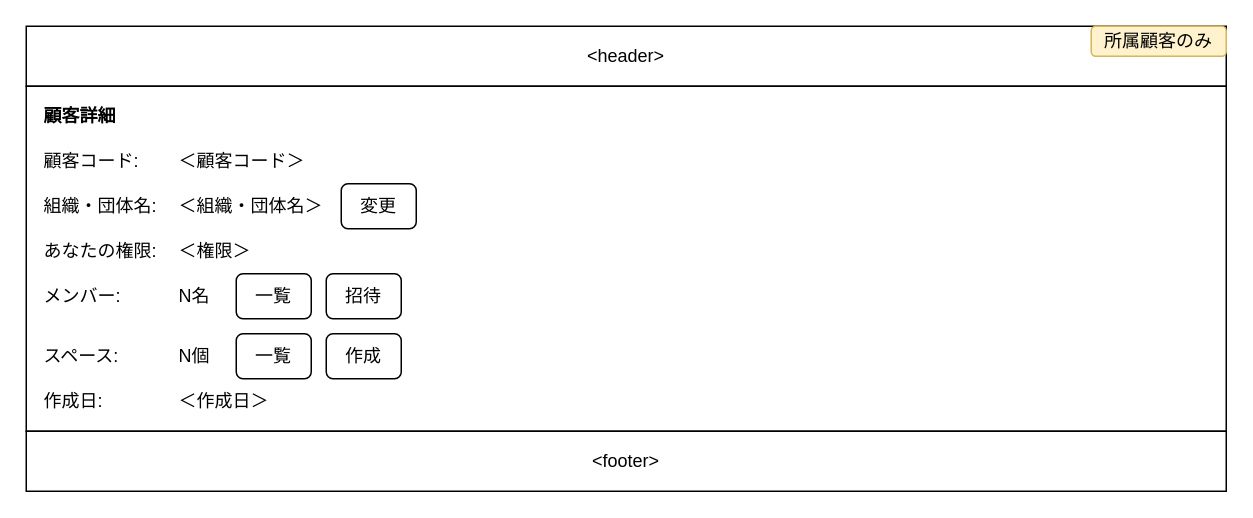
Earlier version of the draw.io diagram 設計/画面設計/顧客詳細.drawio (nightonlypj/rails-app-origin). Source tidied: cells renumbered, new cells numbered last; positions are measured from the earlier drawing's top-left corner, leaving out a move shared by most shapes. Both pictures are drawn from the tidied source at 150%, with x=0, y=0 at pixel (26, 26).
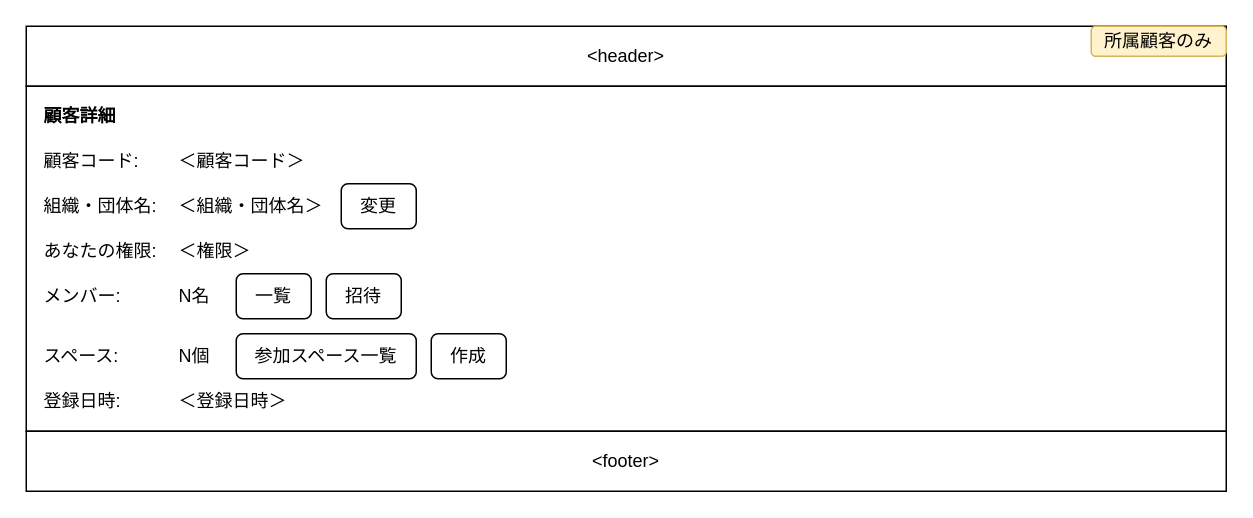
Above is the later version.

Diff of the diagram source:
```diff
@@
-    <mxCell id="14" value="一覧" style="rounded=1;whiteSpace=wrap;html=1;align=center;" parent="1" vertex="1">
-      <mxGeometry x="140" y="165" width="50" height="30" as="geometry" />
+    <mxCell id="14" value="参加スペース一覧" style="rounded=1;whiteSpace=wrap;html=1;align=center;" parent="1" vertex="1">
+      <mxGeometry x="140" y="205" width="120" height="30" as="geometry" />
     </mxCell>
@@
     <mxCell id="18" value="一覧" style="rounded=1;whiteSpace=wrap;html=1;align=center;" parent="1" vertex="1">
-      <mxGeometry x="140" y="205" width="50" height="30" as="geometry" />
+      <mxGeometry x="140" y="165" width="50" height="30" as="geometry" />
     </mxCell>
     <mxCell id="19" value="作成" style="rounded=1;whiteSpace=wrap;html=1;align=center;" parent="1" vertex="1">
-      <mxGeometry x="200" y="205" width="50" height="30" as="geometry" />
+      <mxGeometry x="270" y="205" width="50" height="30" as="geometry" />
     </mxCell>
@@
-    <mxCell id="22" value="作成日:" style="text;html=1;strokeColor=none;fillColor=none;align=left;verticalAlign=middle;whiteSpace=wrap;rounded=0;" parent="1" vertex="1">
-      <mxGeometry x="10" y="240" width="50" height="20" as="geometry" />
+    <mxCell id="22" value="登録日時:" style="text;html=1;strokeColor=none;fillColor=none;align=left;verticalAlign=middle;whiteSpace=wrap;rounded=0;" parent="1" vertex="1">
+      <mxGeometry x="10" y="240" width="60" height="20" as="geometry" />
     </mxCell>
-    <mxCell id="23" value="＜作成日＞" style="text;html=1;strokeColor=none;fillColor=none;align=left;verticalAlign=middle;whiteSpace=wrap;rounded=0;" parent="1" vertex="1">
-      <mxGeometry x="100" y="240" width="70" height="20" as="geometry" />
+    <mxCell id="23" value="＜登録日時＞" style="text;html=1;strokeColor=none;fillColor=none;align=left;verticalAlign=middle;whiteSpace=wrap;rounded=0;" parent="1" vertex="1">
+      <mxGeometry x="100" y="240" width="80" height="20" as="geometry" />
     </mxCell>
```
